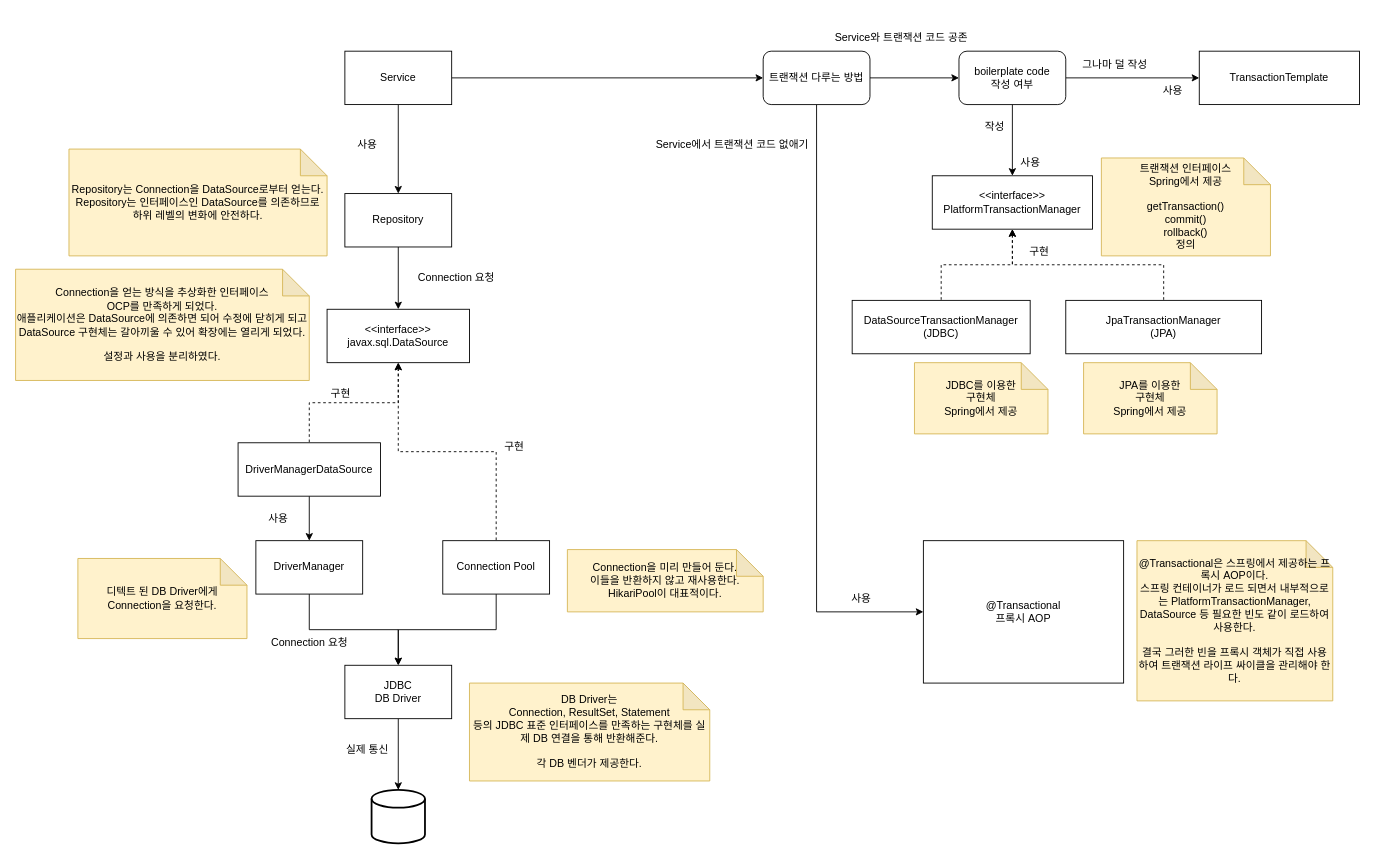
Earlier version of the draw.io diagram notes/summary.drawio (OldRabbit736/spring-db-1-core-principle-inflearn). Source tidied: cells renumbered, new cells numbered last; positions are measured from the earlier drawing's top-left corner, leaving out a move shared by most shapes. Both pictures are drawn from the tidied source at 89%, with x=0, y=0 at pixel (15, 24).
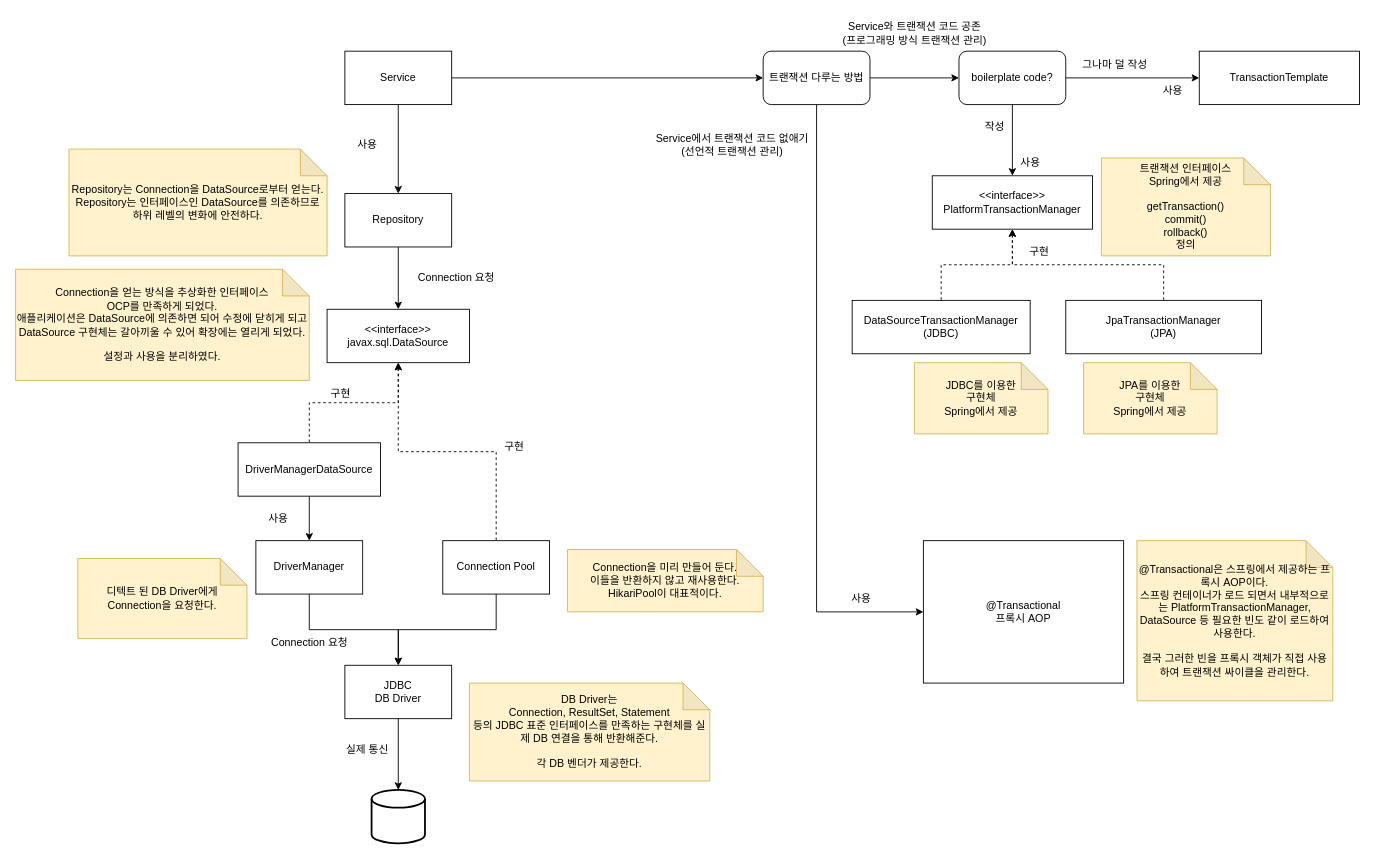
After the change.

Commit message (it also covers changes not shown here):
완료: 스프링과 문제 해결 - 트랜잭션 | 트랜잭션 문제 해결 - 트랜잭션 AOP 정리

What changed in the source:
```diff
@@
-    <mxCell id="43" value="Service와 트랜잭션 코드 공존" style="text;html=1;align=center;verticalAlign=middle;strokeColor=none;fillColor=none;" parent="1" vertex="1">
-      <mxGeometry x="910" width="170" height="30" as="geometry" />
+    <mxCell id="43" value="Service와 트랜잭션 코드 공존&lt;br&gt;(프로그래밍 방식 트랜잭션 관리)" style="text;html=1;align=center;verticalAlign=middle;strokeColor=none;fillColor=none;" parent="1" vertex="1">
+      <mxGeometry x="920" y="-10" width="180" height="40" as="geometry" />
     </mxCell>
@@
-    <mxCell id="45" value="Service에서 트랜잭션 코드 없애기" style="text;html=1;align=center;verticalAlign=middle;strokeColor=none;fillColor=none;" parent="1" vertex="1">
-      <mxGeometry x="710" y="120" width="190" height="30" as="geometry" />
+    <mxCell id="45" value="Service에서 트랜잭션 코드 없애기&lt;br&gt;(선언적 트랜잭션 관리)" style="text;html=1;align=center;verticalAlign=middle;strokeColor=none;fillColor=none;" parent="1" vertex="1">
+      <mxGeometry x="710" y="115" width="190" height="40" as="geometry" />
     </mxCell>
@@
-    <mxCell id="51" value="boilerplate code&lt;br&gt;작성 여부" style="rounded=1;whiteSpace=wrap;html=1;" parent="1" vertex="1">
+    <mxCell id="51" value="boilerplate code?" style="rounded=1;whiteSpace=wrap;html=1;" parent="1" vertex="1">
       <mxGeometry x="1060" y="30" width="120" height="60" as="geometry" />
     </mxCell>
@@
-    <mxCell id="55" value="@Transactional은 스프링에서 제공하는 프록시 AOP이다.&lt;br&gt;스프링 컨테이너가 로드 되면서 내부적으로는 PlatformTransactionManager, DataSource 등 필요한 빈도 같이 로드하여 사용한다.&lt;br&gt;&lt;br&gt;결국 그러한 빈을 프록시 객체가 직접 사용하여 트랜잭션 라이프 싸이클을 관리해야 한다." style="shape=note;whiteSpace=wrap;html=1;backgroundOutline=1;darkOpacity=0.05;fillColor=#fff2cc;strokeColor=#d6b656;" parent="1" vertex="1">
+    <mxCell id="55" value="@Transactional은 스프링에서 제공하는 프록시 AOP이다.&lt;br&gt;스프링 컨테이너가 로드 되면서 내부적으로는 PlatformTransactionManager, DataSource 등 필요한 빈도 같이 로드하여 사용한다.&lt;br&gt;&lt;br&gt;결국 그러한 빈을 프록시 객체가 직접 사용하여 트랜잭션 싸이클을 관리한다." style="shape=note;whiteSpace=wrap;html=1;backgroundOutline=1;darkOpacity=0.05;fillColor=#fff2cc;strokeColor=#d6b656;" parent="1" vertex="1">
       <mxGeometry x="1260" y="580" width="220" height="180" as="geometry" />
     </mxCell>
```
